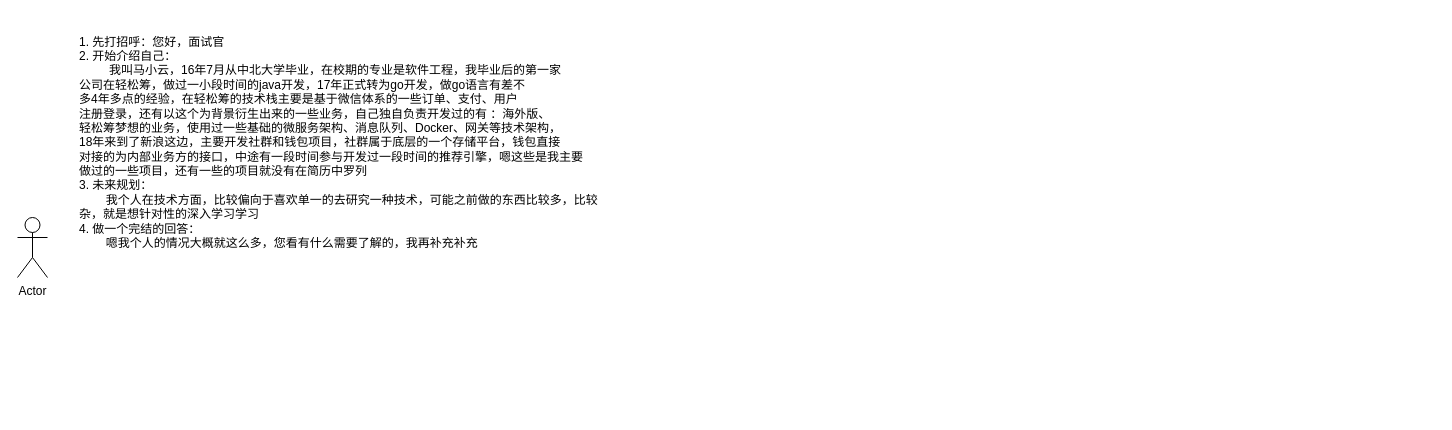
Before: 个人.drawio in huoxingyun/drawio, a draw.io diagram. Source tidied: cells renumbered, new cells numbered last; positions are measured from the earlier drawing's top-left corner, leaving out a move shared by most shapes. Both pictures are drawn from the tidied source at 100%, with x=0, y=0 at pixel (17, 32).
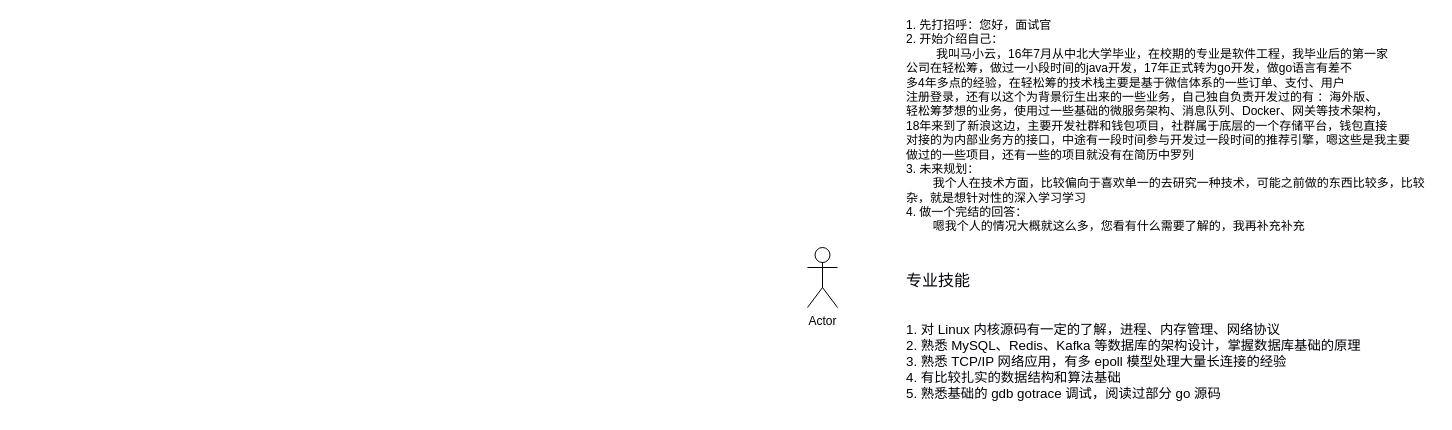
Above is the later version.

Change to the diagram source:
```diff
@@
 <mxGraphModel>
   <root>
     <mxCell id="0" />
     <mxCell id="1" parent="0" />
     <mxCell id="2" value="Actor" style="shape=umlActor;verticalLabelPosition=bottom;verticalAlign=top;html=1;" parent="1" vertex="1">
-      <mxGeometry y="185" width="30" height="60" as="geometry" />
+      <mxGeometry x="790" y="215" width="30" height="60" as="geometry" />
     </mxCell>
-    <mxCell id="3" value="1. 先打招呼：您好，面试官&lt;br&gt;&lt;div&gt;&lt;span&gt;2. 开始介绍自己：&lt;/span&gt;&lt;/div&gt;&lt;div&gt;&lt;span&gt;&amp;nbsp; &amp;nbsp; &amp;nbsp; &amp;nbsp; &amp;nbsp;我叫马小云，16年7月从中北大学毕业，在校期的专业是软件工程，我&lt;/span&gt;&lt;span&gt;毕业后的第一家&lt;/span&gt;&lt;/div&gt;&lt;div&gt;&lt;span&gt;公司在轻松筹，做过一小段时间的java开发，17年正式转为go开发，&lt;/span&gt;&lt;span&gt;做go语言有差不&lt;/span&gt;&lt;/div&gt;&lt;div&gt;&lt;span&gt;多4年多点的经验，在轻松筹的技术栈主要是基于微信体系的一些订单、支付、用户&lt;/span&gt;&lt;/div&gt;&lt;div&gt;&lt;span&gt;注册登录，还有以这个为背景衍生出来的一些业务，自己独自负责开发过的有 ：海外版、&lt;/span&gt;&lt;/div&gt;&lt;div&gt;&lt;span&gt;轻松&lt;/span&gt;&lt;span&gt;筹梦想的业务，使用过一些基础的微服务架构、消息队列、Docker、网关等技术架构，&lt;/span&gt;&lt;/div&gt;&lt;div&gt;&lt;span&gt;18年来到了新浪这边，主要开发社群和钱包项目，社群属于底层的一个存储平台，钱包直接&lt;/span&gt;&lt;/div&gt;&lt;div&gt;&lt;span&gt;对接的为内部业务方的接口，中途有一段时间参与开发过一段时间的&lt;/span&gt;&lt;span&gt;推荐引擎，嗯这些是我主要&lt;/span&gt;&lt;/div&gt;&lt;div&gt;&lt;span&gt;做过的一些项目，还有一些的项目就没有在简历中罗列&lt;/span&gt;&lt;/div&gt;&lt;div&gt;&lt;span&gt;3. 未来规划：&lt;/span&gt;&lt;/div&gt;&lt;div&gt;&lt;span&gt;&amp;nbsp; &amp;nbsp; &amp;nbsp; &amp;nbsp; 我个人在技术方面，比较偏向于喜欢单一的去研究一种技术，可能之前做的东西比较多，&lt;/span&gt;&lt;span&gt;比较&lt;/span&gt;&lt;/div&gt;&lt;div&gt;&lt;span&gt;杂，就是想针对性的深入学习学习&lt;/span&gt;&lt;/div&gt;&lt;div&gt;&lt;span&gt;4. 做一个完结的回答：&lt;/span&gt;&lt;/div&gt;&lt;div&gt;&lt;span&gt;&amp;nbsp; &amp;nbsp; &amp;nbsp; &amp;nbsp; 嗯我个人的情况大概就这么多，您看有什么需要了解的，我再补充补充&lt;/span&gt;&lt;/div&gt;" style="text;html=1;align=left;verticalAlign=middle;" parent="1" vertex="1">
-      <mxGeometry x="60" width="530" height="220" as="geometry" />
+    <mxCell id="3" value="1. 先打招呼：您好，面试官&lt;br&gt;&lt;div&gt;&lt;span&gt;2. 开始介绍自己：&lt;/span&gt;&lt;/div&gt;&lt;div&gt;&lt;span&gt;&amp;nbsp; &amp;nbsp; &amp;nbsp; &amp;nbsp; &amp;nbsp;我叫马小云，16年7月从中北大学毕业，在校期的专业是软件工程，我&lt;/span&gt;&lt;span&gt;毕业后的第一家&lt;/span&gt;&lt;/div&gt;&lt;div&gt;&lt;span&gt;公司在轻松筹，做过一小段时间的java开发，17年正式转为go开发，&lt;/span&gt;&lt;span&gt;做go语言有差不&lt;/span&gt;&lt;/div&gt;&lt;div&gt;&lt;span&gt;多4年多点的经验，在轻松筹的技术栈主要是基于微信体系的一些订单、支付、用户&lt;/span&gt;&lt;/div&gt;&lt;div&gt;&lt;span&gt;注册登录，还有以这个为背景衍生出来的一些业务，自己独自负责开发过的有 ：海外版、&lt;/span&gt;&lt;/div&gt;&lt;div&gt;&lt;span&gt;轻松&lt;/span&gt;&lt;span&gt;筹梦想的业务，使用过一些基础的微服务架构、消息队列、Docker、网关等技术架构，&lt;/span&gt;&lt;/div&gt;&lt;div&gt;&lt;span&gt;18年来到了新浪这边，主要开发社群和钱包项目，社群属于底层的一个存储平台，钱包直接&lt;/span&gt;&lt;/div&gt;&lt;div&gt;&lt;span&gt;对接的为内部业务方的接口，中途有一段时间参与开发过一段时间的&lt;/span&gt;&lt;span&gt;推荐引擎，嗯这些是我主要&lt;/span&gt;&lt;/div&gt;&lt;div&gt;&lt;span&gt;做过的一些项目，还有一些的项目就没有在简历中罗列&lt;/span&gt;&lt;/div&gt;&lt;div&gt;&lt;span&gt;3. 未来规划：&lt;/span&gt;&lt;/div&gt;&lt;div&gt;&lt;span&gt;&amp;nbsp; &amp;nbsp; &amp;nbsp; &amp;nbsp; 我个人在技术方面，比较偏向于喜欢单一的去研究一种技术，可能之前做的东西比较多，&lt;/span&gt;&lt;span&gt;比较&lt;/span&gt;&lt;/div&gt;&lt;div&gt;&lt;span&gt;杂，就是想针对性的深入学习学习&lt;/span&gt;&lt;/div&gt;&lt;div&gt;&lt;span&gt;4. 做一个完结的回答：&lt;/span&gt;&lt;/div&gt;&lt;div&gt;&lt;span&gt;&amp;nbsp; &amp;nbsp; &amp;nbsp; &amp;nbsp; 嗯我个人的情况大概就这么多，您看有什么需要了解的，我再补充补充&lt;/span&gt;&lt;/div&gt;&lt;div&gt;&lt;span&gt;&lt;br&gt;&lt;/span&gt;&lt;/div&gt;&lt;div&gt;&lt;span&gt;&lt;br&gt;&lt;/span&gt;&lt;/div&gt;&lt;div&gt;&lt;span&gt;&lt;br&gt;&lt;/span&gt;&lt;/div&gt;" style="text;html=1;align=left;verticalAlign=middle;" parent="1" vertex="1">
+      <mxGeometry x="887" y="-15" width="530" height="260" as="geometry" />
     </mxCell>
+    <mxCell id="4" value="&lt;span style=&quot;color: rgb(0 , 0 , 8) ; font-family: &amp;#34;hyqihei&amp;#34; ; font-size: 12pt&quot;&gt;专业技能&lt;/span&gt;&lt;br&gt;&lt;div class=&quot;page&quot; title=&quot;Page 2&quot;&gt;&lt;div class=&quot;layoutArea&quot;&gt;&lt;div class=&quot;column&quot;&gt;&lt;p&gt;&lt;span style=&quot;font-size: 12.000000pt ; font-family: &amp;#34;hyqihei&amp;#34; ; color: rgb(0.000000% , 0.000000% , 3.100000%)&quot;&gt;&lt;br&gt;&lt;/span&gt;&lt;span style=&quot;font-size: 10.000000pt ; font-family: &amp;#34;hyqihei&amp;#34; ; color: rgb(0.000000% , 0.000000% , 3.100000%)&quot;&gt;1. 对 Linux 内核源码有一定的了解，进程、内存管理、网络协议&lt;br&gt;2. 熟悉 MySQL、Redis、Kafka 等数据库的架构设计，掌握数据库基础的原理&lt;br&gt;3. 熟悉 TCP/IP 网络应用，有多 epoll 模型处理大量长连接的经验&lt;br&gt;4. 有比较扎实的数据结构和算法基础&lt;br&gt;5. 熟悉基础的 gdb gotrace 调试，阅读过部分 go 源码&amp;nbsp;&lt;/span&gt;&lt;/p&gt;&lt;/div&gt;&lt;/div&gt;  &lt;/div&gt;" style="text;html=1;align=left;verticalAlign=middle;" parent="1" vertex="1">
+      <mxGeometry x="887" y="245" width="480" height="130" as="geometry" />
+    </mxCell>
   </root>
 </mxGraphModel>
```
